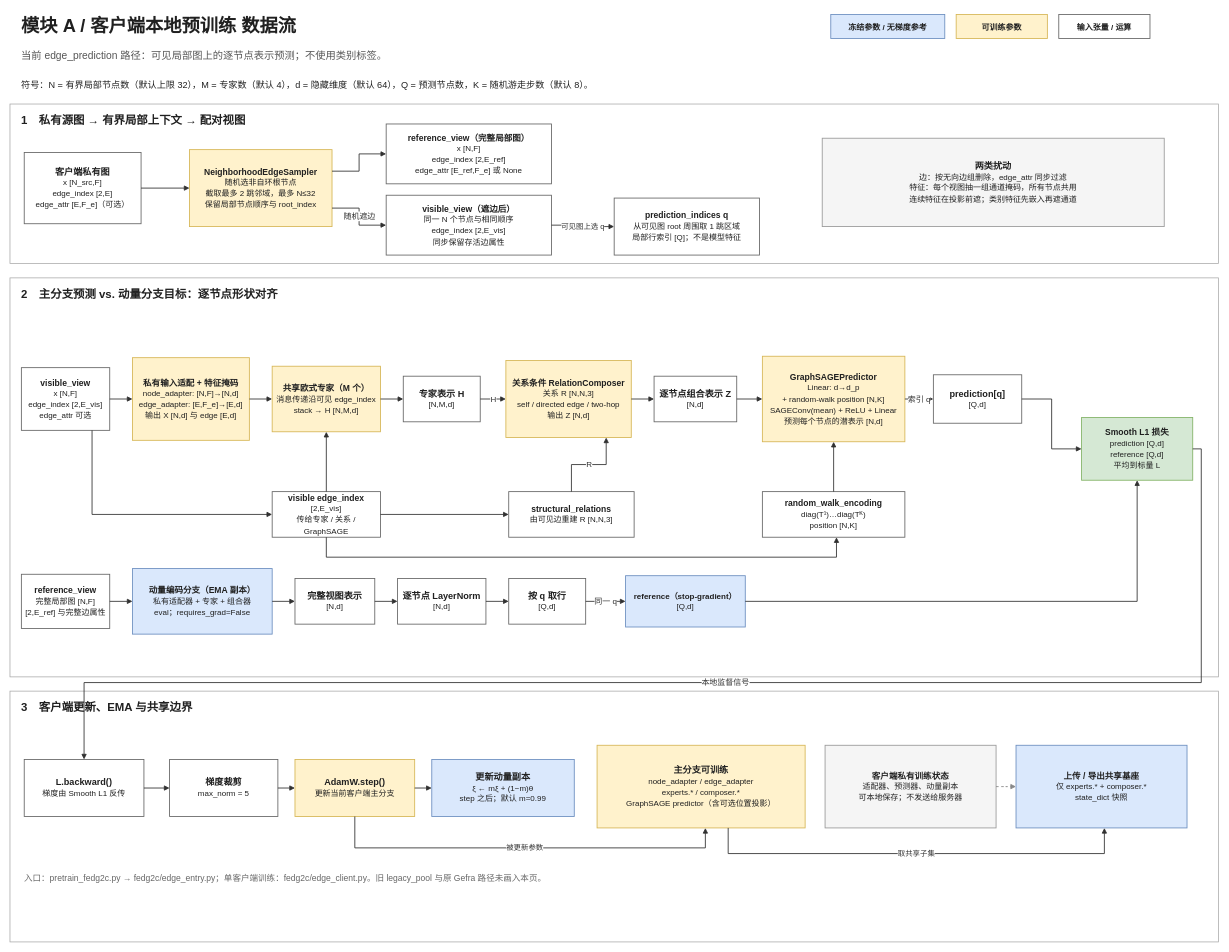
NaoNaoCN/FedG2C keeps this draw.io diagram as docs/fedg2c-module-a-local-pretraining.drawio. Above is the earlier version. Source tidied: cells renumbered, new cells numbered last; positions are measured from the earlier drawing's top-left corner, leaving out a move shared by most shapes. Both pictures are drawn from the tidied source at 57%, with x=0, y=0 at pixel (10, 10).
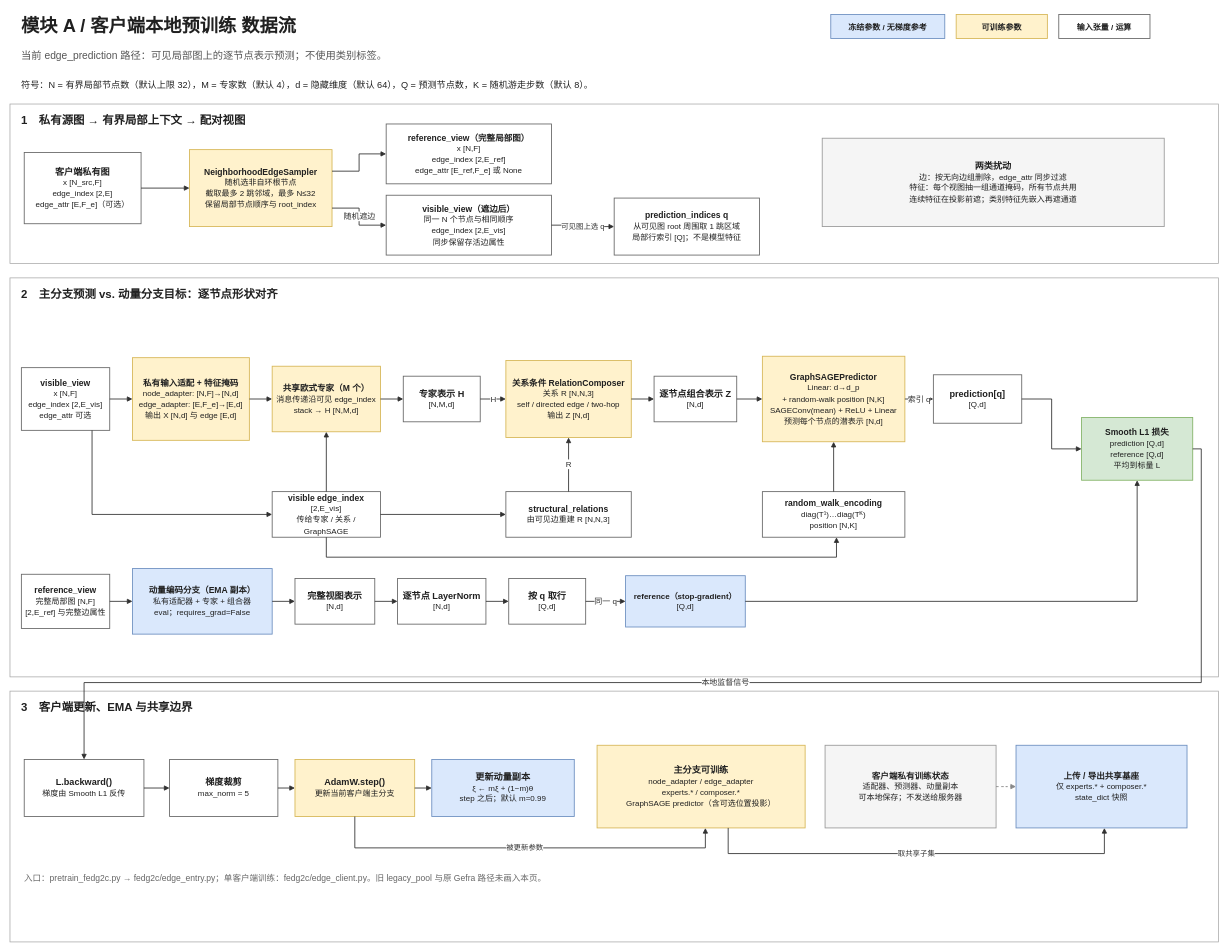
Above is the later version.

The change refers to these unchanged cells:
```xml
<mxCell id="26" value="&lt;b style=&quot;font-size:15px&quot;&gt;关系条件 RelationComposer&lt;/b&gt;&lt;div style=&quot;font-size:14px;line-height:1.4&quot;&gt;关系 R [N,N,3]&lt;/div&gt;&lt;div style=&quot;font-size:14px;line-height:1.4&quot;&gt;self / directed edge / two-hop&lt;/div&gt;&lt;div style=&quot;font-size:14px;line-height:1.4&quot;&gt;输出 Z [N,d]&lt;/div&gt;" style="rounded=0;whiteSpace=wrap;html=1;align=center;verticalAlign=middle;fontFamily=Microsoft YaHei;fontSize=16;spacing=7;strokeWidth=1.5;fillColor=#FFF2CC;strokeColor=#D6B656;fontColor=#202020;" parent="1" vertex="1">
  <mxGeometry x="870" y="615" width="220" height="135" as="geometry" />
</mxCell>
```

What changed in the source:
```diff
@@
     <mxCell id="32" value="&lt;b style=&quot;font-size:15px&quot;&gt;structural_relations&lt;/b&gt;&lt;div style=&quot;font-size:14px;line-height:1.4&quot;&gt;由可见边重建 R [N,N,3]&lt;/div&gt;" style="rounded=0;whiteSpace=wrap;html=1;align=center;verticalAlign=middle;fontFamily=Microsoft YaHei;fontSize=16;spacing=7;strokeWidth=1.5;fillColor=#FFFFFF;strokeColor=#666666;fontColor=#202020;" parent="1" vertex="1">
-      <mxGeometry x="875" y="845" width="220" height="80" as="geometry" />
+      <mxGeometry x="870" y="845" width="220" height="80" as="geometry" />
     </mxCell>
@@
-    <mxCell id="51" value="R" style="edgeStyle=orthogonalEdgeStyle;rounded=0;jettySize=18;html=1;endArrow=block;endFill=1;strokeWidth=1.5;strokeColor=#303030;fontFamily=Microsoft YaHei;fontSize=14;fontColor=#303030;labelBackgroundColor=#FFFFFF;jumpStyle=arc;jumpSize=7;dashed=0;exitX=0.5;exitY=0;entryX=0.8;entryY=1;exitPerimeter=1;entryPerimeter=1;" parent="1" edge="1" source="32" target="26">
+    <mxCell id="51" value="R" style="edgeStyle=orthogonalEdgeStyle;rounded=0;jettySize=18;html=1;endArrow=block;endFill=1;strokeWidth=1.5;strokeColor=#303030;fontFamily=Microsoft YaHei;fontSize=14;fontColor=#303030;labelBackgroundColor=#FFFFFF;jumpStyle=arc;jumpSize=7;dashed=0;" parent="1" edge="1" source="32" target="26">
       <mxGeometry relative="1" as="geometry" />
     </mxCell>
```
